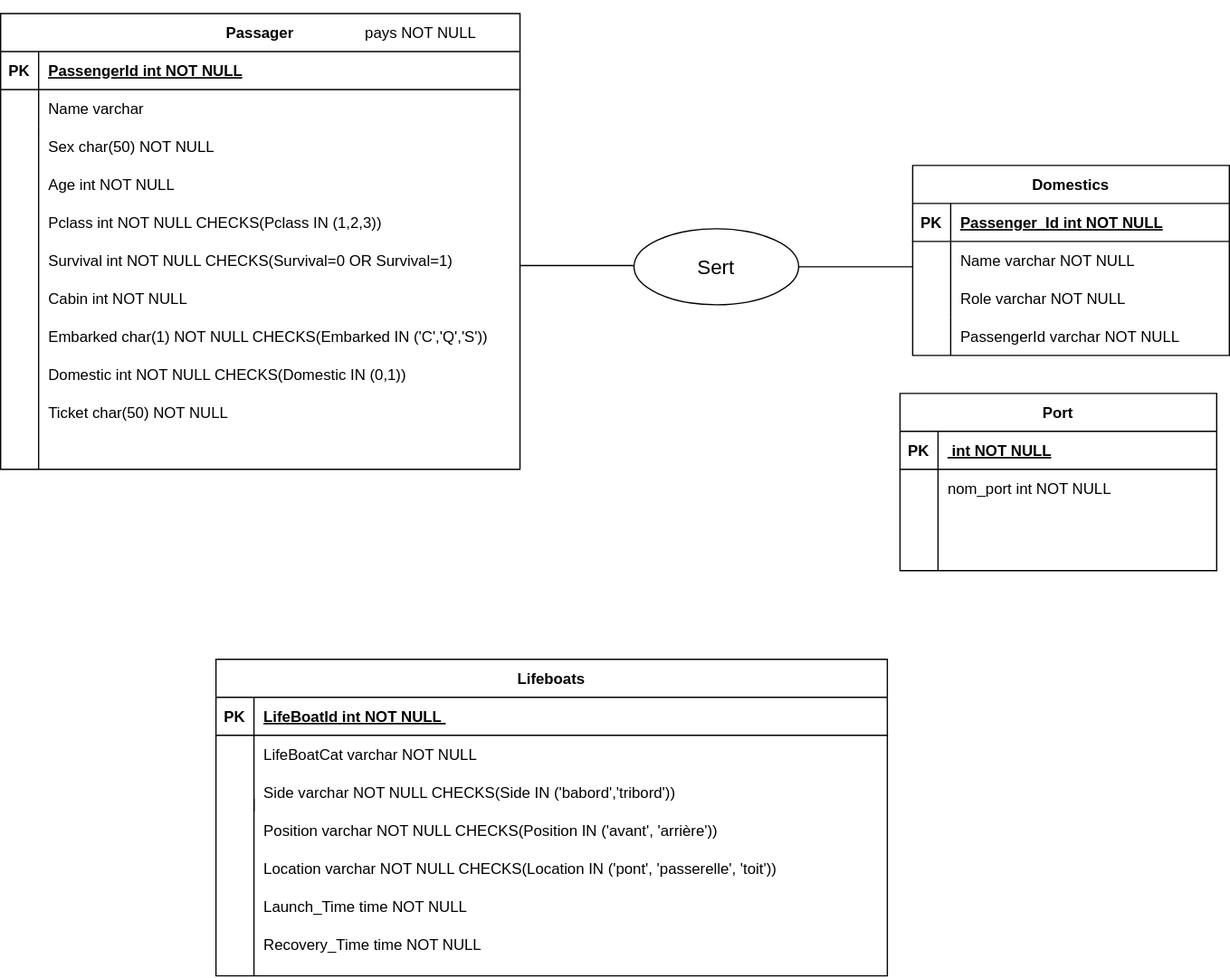
The draw.io diagram SEA TITANIC.drawio.svg in nico38t/SAE-1.04-TITANIC, before a commit. Source tidied: cells renumbered, new cells last; positions are measured from the earlier drawing's top-left corner, leaving out a move shared by most shapes.
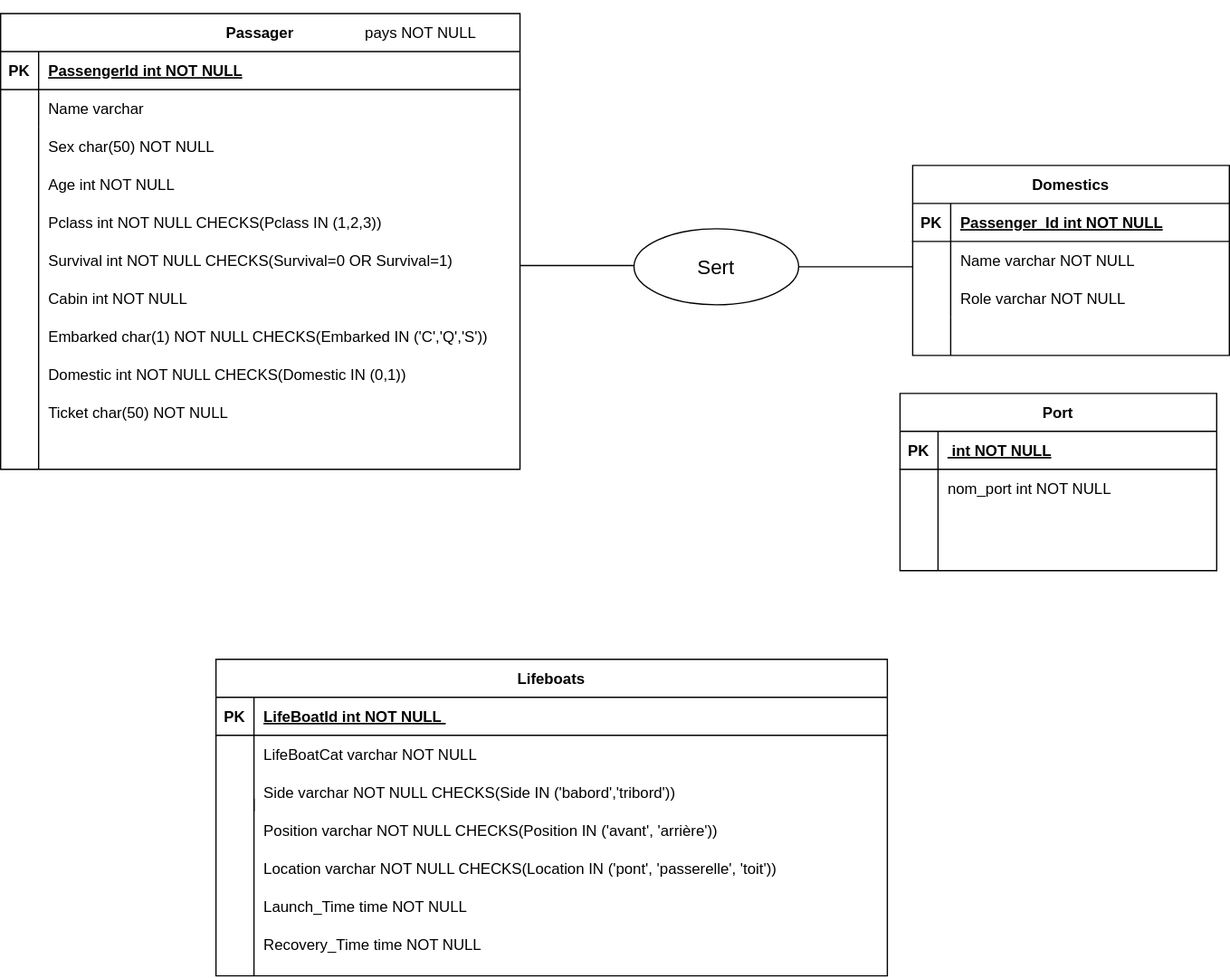
Later version of the same file.

Change to the diagram source:
```diff
@@ -161,9 +161,6 @@
         <mxPoint x="200" y="630" as="targetPoint" />
       </mxGeometry>
     </mxCell>
-    <mxCell id="53" value="PassengerId varchar NOT NULL" style="shape=partialRectangle;overflow=hidden;fillColor=none;top=0;left=0;bottom=0;right=0;align=left;spacingLeft=6;" parent="1" vertex="1">
-      <mxGeometry x="750" y="250" width="220" height="30" as="geometry" />
-    </mxCell>
     <mxCell id="54" style="endArrow=none;html=1;rounded=0;" parent="1" edge="1">
       <mxGeometry relative="1" as="geometry">
         <mxPoint x="750" y="280" as="sourcePoint" />
```
